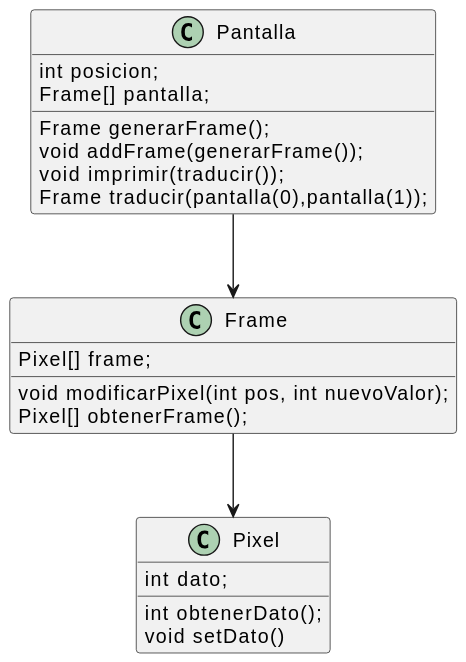
This is entregas/celayaIker/Ejercicio2/diagrama.svg from mmasias/24-25-EDA2, a PlantUML export, as it was before one commit. The source it was exported from:
```plantuml
@startuml
class Pixel{
  int dato;
  int obtenerDato();
  void setDato()
}

class Frame{
  Pixel[] frame;
  void modificarPixel(int pos, int nuevoValor);
  Pixel[] obtenerFrame();
}

class Pantalla{
  int posicion;
  Frame[] pantalla;
  Frame generarFrame();
  void addFrame(generarFrame());
  void imprimir(traducir());
  Frame traducir(pantalla(0),pantalla(1));
}

Frame --> Pixel
Pantalla --> Frame
@enduml
```
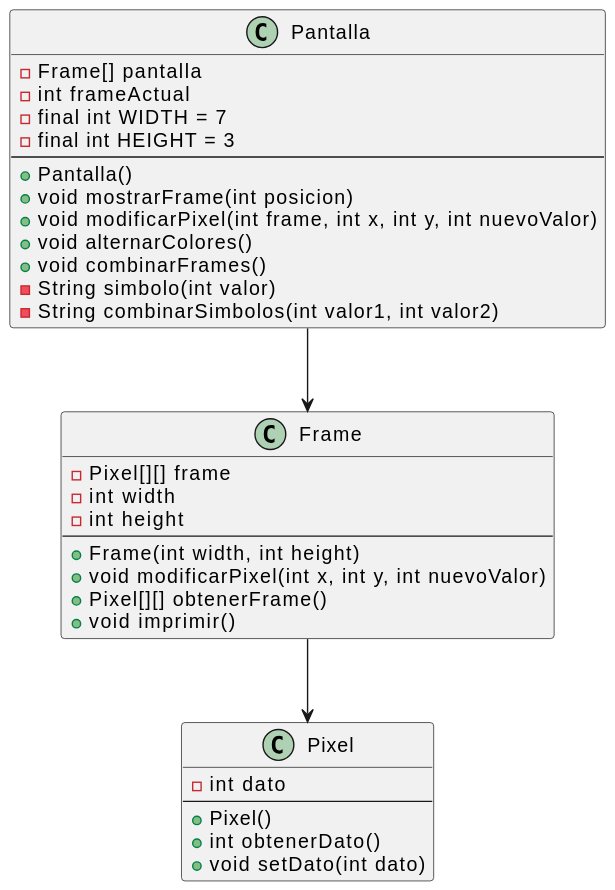
Above is the later version.

What changed in the source:
```diff
@@ -1,25 +1,38 @@
 @startuml
-class Pixel{
-  int dato;
-  int obtenerDato();
-  void setDato()
+class Pantalla {
+    - Frame[] pantalla
+    - int frameActual
+    - final int WIDTH = 7
+    - final int HEIGHT = 3
+    --
+    + Pantalla()
+    + void mostrarFrame(int posicion)
+    + void modificarPixel(int frame, int x, int y, int nuevoValor)
+    + void alternarColores()
+    + void combinarFrames()
+    - String simbolo(int valor)
+    - String combinarSimbolos(int valor1, int valor2)
 }
 
-class Frame{
-  Pixel[] frame;
-  void modificarPixel(int pos, int nuevoValor);
-  Pixel[] obtenerFrame();
+class Frame {
+    - Pixel[][] frame
+    - int width
+    - int height
+    --
+    + Frame(int width, int height)
+    + void modificarPixel(int x, int y, int nuevoValor)
+    + Pixel[][] obtenerFrame()
+    + void imprimir()
 }
 
-class Pantalla{
-  int posicion;
-  Frame[] pantalla;
-  Frame generarFrame();
-  void addFrame(generarFrame());
-  void imprimir(traducir());
-  Frame traducir(pantalla(0),pantalla(1));
+class Pixel {
+    - int dato
+    --
+    + Pixel()
+    + int obtenerDato()
+    + void setDato(int dato)
 }
 
+Pantalla --> Frame
 Frame --> Pixel
-Pantalla --> Frame
 @enduml
```
